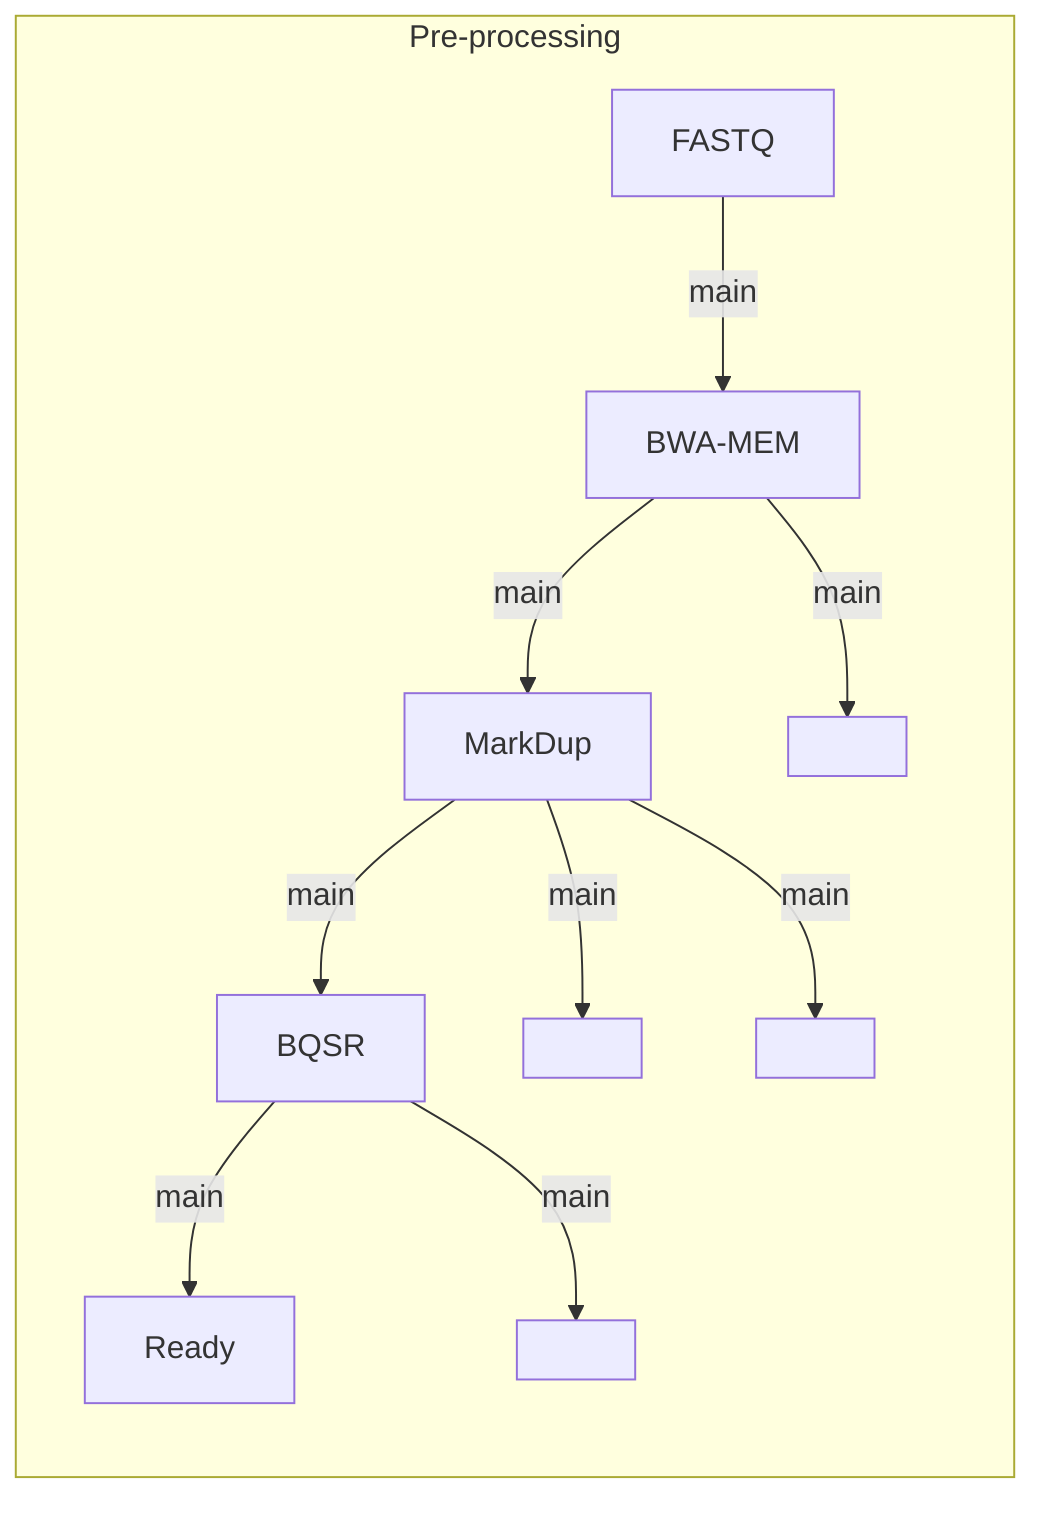
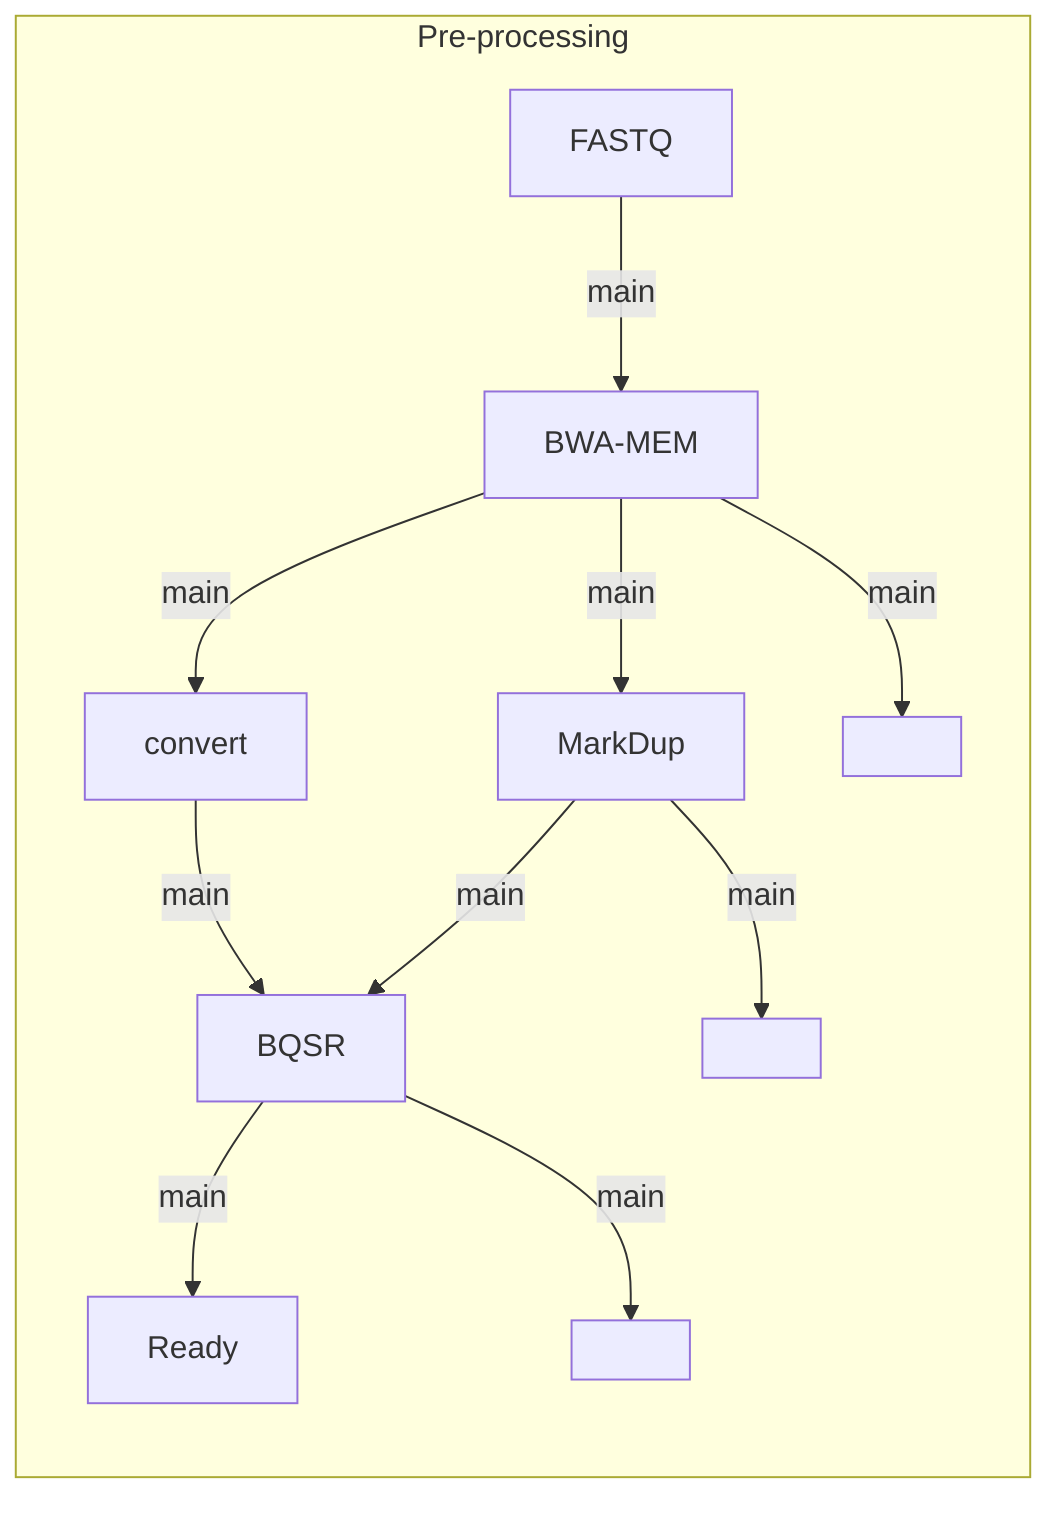
%%metro title: Off-track outputs
%%metro line: main | Pre-processing | #3b82f6
- %%metro off_track: bam_mapped, dedup_cram, dup_metrics, recal_cram
+ %%metro off_track: bam_mapped, dedup_cram, recal_cram
%%metro file: bam_mapped | BAM
%%metro file: dedup_cram | CRAM
- %%metro file: dup_metrics | TXT
%%metro file: recal_cram | CRAM

graph LR
    subgraph preprocess [Pre-processing]
        fastq[FASTQ]
        bwa[BWA-MEM]
+         convert[convert]
        markdup[MarkDup]
        bqsr[BQSR]
        ready[Ready]
+         bam_mapped[ ]
+         dedup_cram[ ]
+         recal_cram[ ]
+ 
        fastq -->|main| bwa
+         bwa -->|main| convert
        bwa -->|main| markdup
+         convert -->|main| bqsr
        markdup -->|main| bqsr
        bqsr -->|main| ready
+ 
        bwa -->|main| bam_mapped
-         bam_mapped[ ]
        markdup -->|main| dedup_cram
-         dedup_cram[ ]
-         markdup -->|main| dup_metrics
-         dup_metrics[ ]
        bqsr -->|main| recal_cram
-         recal_cram[ ]
    end
